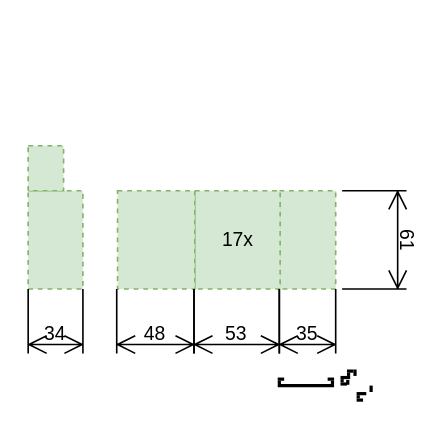
Above: HouseRoof.drawio in algimas/tmp (draw.io), before the change. Source tidied: cells renumbered, new cells numbered last; positions are measured from the earlier drawing's top-left corner, leaving out a move shared by most shapes. Both pictures are drawn from the tidied source at 161%, with x=0, y=0 at pixel (27, 145).
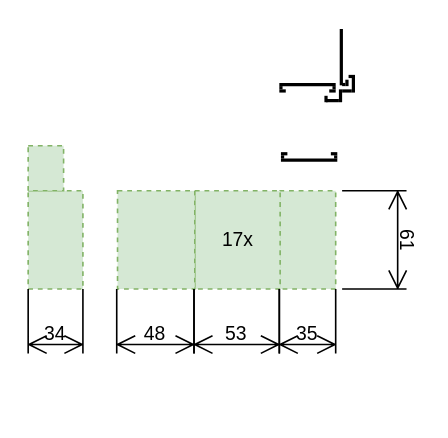
The same page after the edit.

What changed in the source:
```diff
@@
     <mxCell id="12" style="group;" parent="1" vertex="1">
-      <mxGeometry x="151" y="140" width="43" height="14" as="geometry" />
+      <mxGeometry x="153" width="43" height="14" as="geometry" />
     </mxCell>
@@
-    <mxCell id="18" style="line;strokeWidth=2;html=1;rotation=0;" parent="1" vertex="1">
-      <mxGeometry x="198" y="135" width="4" height="10" as="geometry" />
-    </mxCell>
-    <mxCell id="19" style="group;rotation=0;" parent="1" vertex="1">
-      <mxGeometry x="190" y="139" width="18" height="14" as="geometry" />
-    </mxCell>
-    <mxCell id="20" style="line;strokeWidth=2;html=1;rotation=0;" parent="19" vertex="1">
-      <mxGeometry x="4" width="6" height="10" as="geometry" />
+    <mxCell id="20" style="line;strokeWidth=2;html=1;rotation=90;" parent="1" vertex="1">
+      <mxGeometry x="197" y="-43" width="10" height="10" as="geometry" />
     </mxCell>
-    <mxCell id="21" style="line;strokeWidth=2;html=1;rotation=90;" parent="19" vertex="1">
-      <mxGeometry x="4" y="2" width="2" height="10" as="geometry" />
-    </mxCell>
-    <mxCell id="22" style="line;strokeWidth=2;html=1;rotation=90;" parent="19" vertex="1">
-      <mxGeometry x="8" y="-2" width="2" height="10" as="geometry" />
+    <mxCell id="22" style="line;strokeWidth=2;html=1;rotation=0;" parent="1" vertex="1">
+      <mxGeometry x="199" y="-48" width="4" height="10" as="geometry" />
     </mxCell>
-    <mxCell id="23" style="line;strokeWidth=2;html=1;rotation=0;" parent="19" vertex="1">
-      <mxGeometry x="4" y="4" width="4" height="10" as="geometry" />
+    <mxCell id="23" style="line;strokeWidth=2;html=1;rotation=0;" parent="1" vertex="1">
+      <mxGeometry x="185" y="-33" width="8" height="10" as="geometry" />
     </mxCell>
-    <mxCell id="24" style="line;strokeWidth=2;html=1;rotation=90;" parent="19" vertex="1">
-      <mxGeometry x="11" y="-3" width="4" height="10" as="geometry" />
-    </mxCell>
-    <mxCell id="25" style="group;rotation=0;" parent="1" vertex="1">
-      <mxGeometry x="200" y="149" width="18" height="14" as="geometry" />
-    </mxCell>
-    <mxCell id="26" style="line;strokeWidth=2;html=1;rotation=0;" parent="25" vertex="1">
-      <mxGeometry x="4" width="6" height="10" as="geometry" />
-    </mxCell>
-    <mxCell id="27" style="line;strokeWidth=2;html=1;rotation=90;" parent="25" vertex="1">
-      <mxGeometry x="4" y="2" width="2" height="10" as="geometry" />
-    </mxCell>
-    <mxCell id="28" style="line;strokeWidth=2;html=1;rotation=0;" parent="25" vertex="1">
-      <mxGeometry x="4" y="4" width="4" height="10" as="geometry" />
-    </mxCell>
-    <mxCell id="29" style="line;strokeWidth=2;html=1;rotation=90;" parent="25" vertex="1">
-      <mxGeometry x="11" y="-3" width="4" height="10" as="geometry" />
-    </mxCell>
+    <mxCell id="18" style="line;strokeWidth=2;html=1;rotation=0;" parent="1" vertex="1">
+      <mxGeometry x="195" y="-39" width="6" height="10" as="geometry" />
+    </mxCell>
     <mxCell id="30" style="line;strokeWidth=2;html=1;rotation=90;" parent="1" vertex="1">
-      <mxGeometry x="197" y="142" width="3" height="10" as="geometry" />
+      <mxGeometry x="183" y="-34" width="4" height="10" as="geometry" />
     </mxCell>
+    <mxCell id="31" style="line;strokeWidth=2;html=1;rotation=-90;" parent="1" vertex="1">
+      <mxGeometry x="177" y="-60" width="35" height="10" as="geometry" />
+    </mxCell>
+    <mxCell id="32" style="line;strokeWidth=2;html=1;rotation=0;" parent="1" vertex="1">
+      <mxGeometry x="195" y="-43" width="2" height="10" as="geometry" />
+    </mxCell>
+    <mxCell id="33" style="line;strokeWidth=2;html=1;rotation=-90;" parent="1" vertex="1">
+      <mxGeometry x="196" y="-44" width="4" height="10" as="geometry" />
+    </mxCell>
+    <mxCell id="34" style="line;strokeWidth=2;html=1;" parent="1" vertex="1">
+      <mxGeometry x="156" y="-43" width="35" height="10" as="geometry" />
+    </mxCell>
+    <mxCell id="35" style="line;strokeWidth=2;html=1;rotation=90;" parent="1" vertex="1">
+      <mxGeometry x="156" y="-41" width="2" height="10" as="geometry" />
+    </mxCell>
+    <mxCell id="36" style="line;strokeWidth=2;html=1;rotation=90;" parent="1" vertex="1">
+      <mxGeometry x="189" y="-41" width="2" height="10" as="geometry" />
+    </mxCell>
+    <mxCell id="37" style="line;strokeWidth=2;html=1;rotation=0;" parent="1" vertex="1">
+      <mxGeometry x="187" y="-39" width="4" height="10" as="geometry" />
+    </mxCell>
+    <mxCell id="38" style="line;strokeWidth=2;html=1;rotation=0;" parent="1" vertex="1">
+      <mxGeometry x="156" y="-39" width="4" height="10" as="geometry" />
+    </mxCell>
+    <mxCell id="39" style="line;strokeWidth=2;html=1;rotation=90;" parent="1" vertex="1">
+      <mxGeometry x="190" y="-36" width="8" height="10" as="geometry" />
+    </mxCell>
```
